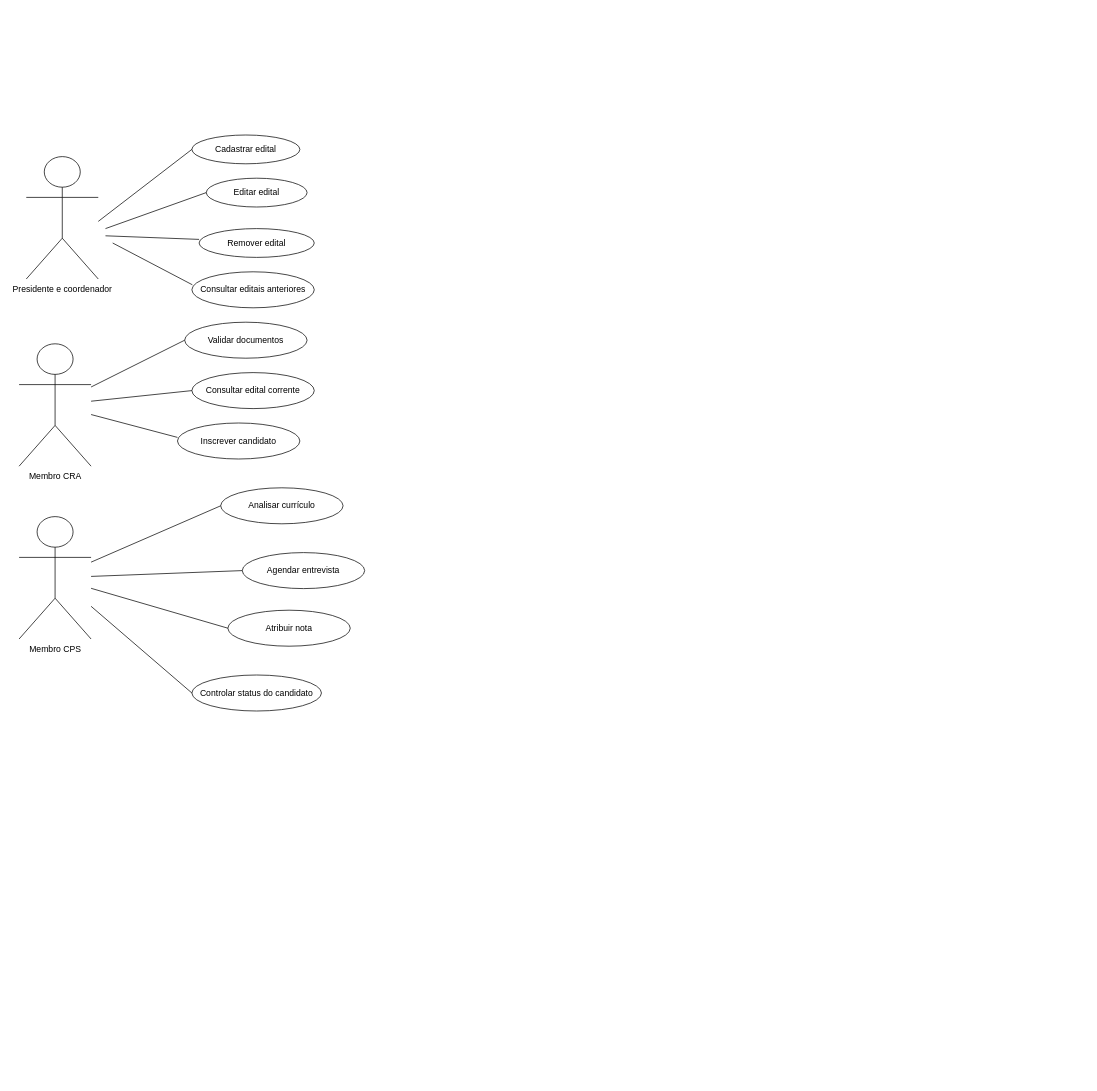
Piton-Fatec/cps-geti keeps this draw.io diagram as diagrams/use-case.drawio. Above is the earlier version. Source tidied: cells renumbered, new cells numbered last; positions are measured from the earlier drawing's top-left corner, leaving out a move shared by most shapes. Both pictures are drawn from the tidied source at 72%, with x=0, y=0 at pixel (19, 135).
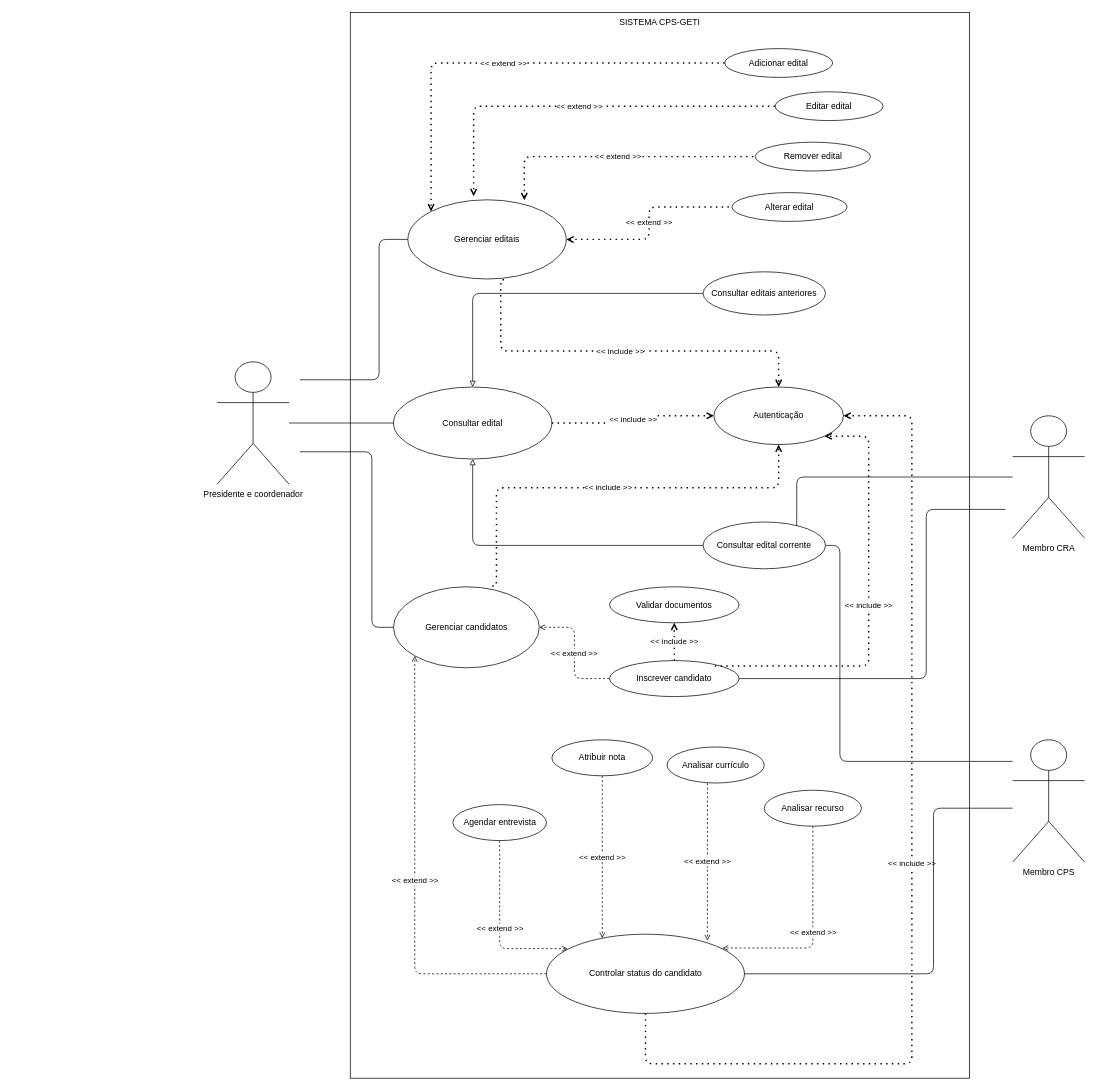
Above is the later version.

Diff of the diagram source:
```diff
@@
+    <mxCell id="27" value="SISTEMA CPS-GETI" style="rounded=0;whiteSpace=wrap;html=1;verticalAlign=top;" parent="1" vertex="1">
+      <mxGeometry x="460" y="-170" width="860" height="1480" as="geometry" />
+    </mxCell>
     <mxCell id="2" value="Presidente e coordenador" style="shape=umlActor;verticalLabelPosition=bottom;verticalAlign=top;html=1;outlineConnect=0;" parent="1" vertex="1">
-      <mxGeometry x="10" y="30" width="100" height="170" as="geometry" />
+      <mxGeometry x="275" y="315" width="100" height="170" as="geometry" />
     </mxCell>
-    <mxCell id="3" value="Membro CRA" style="shape=umlActor;verticalLabelPosition=bottom;verticalAlign=top;html=1;outlineConnect=0;" parent="1" vertex="1">
-      <mxGeometry y="290" width="100" height="170" as="geometry" />
+    <mxCell id="3" value="Membro CPS" style="shape=umlActor;verticalLabelPosition=bottom;verticalAlign=top;html=1;outlineConnect=0;" parent="1" vertex="1">
+      <mxGeometry x="1380" y="840" width="100" height="170" as="geometry" />
     </mxCell>
-    <mxCell id="4" value="Cadastrar edital" style="ellipse;whiteSpace=wrap;html=1;" parent="1" vertex="1">
-      <mxGeometry x="240" width="150" height="40" as="geometry" />
+    <mxCell id="4" value="&lt;div&gt;Gerenciar editais&lt;/div&gt;" style="ellipse;whiteSpace=wrap;html=1;" parent="1" vertex="1">
+      <mxGeometry x="540" y="90" width="220" height="110" as="geometry" />
     </mxCell>
     <mxCell id="5" value="Editar edital" style="ellipse;whiteSpace=wrap;html=1;" parent="1" vertex="1">
-      <mxGeometry x="260" y="60" width="140" height="40" as="geometry" />
+      <mxGeometry x="1050" y="-60" width="150" height="40" as="geometry" />
     </mxCell>
     <mxCell id="6" value="Remover edital" style="ellipse;whiteSpace=wrap;html=1;" parent="1" vertex="1">
-      <mxGeometry x="250" y="130" width="160" height="40" as="geometry" />
+      <mxGeometry x="1022.5" y="10" width="160" height="40" as="geometry" />
     </mxCell>
-    <mxCell id="7" style="endArrow=none;html=1;entryX=0;entryY=0.5;entryDx=0;entryDy=0;" parent="1" edge="1" target="4">
+    <mxCell id="7" style="endArrow=none;html=1;entryX=0;entryY=0.5;entryDx=0;entryDy=0;edgeStyle=orthogonalEdgeStyle;" parent="1" edge="1" target="4">
       <mxGeometry relative="1" as="geometry">
-        <mxPoint x="110" y="120" as="sourcePoint" />
+        <mxPoint x="390" y="340" as="sourcePoint" />
+        <Array as="points">
+          <mxPoint x="500" y="340" />
+          <mxPoint x="500" y="145" />
+        </Array>
       </mxGeometry>
     </mxCell>
-    <mxCell id="8" style="endArrow=none;html=1;entryX=0;entryY=0.5;entryDx=0;entryDy=0;" parent="1" edge="1" target="5">
-      <mxGeometry relative="1" as="geometry">
-        <mxPoint x="120" y="130" as="sourcePoint" />
-      </mxGeometry>
-    </mxCell>
-    <mxCell id="9" style="endArrow=none;html=1;entryX=0;entryY=0.375;entryDx=0;entryDy=0;entryPerimeter=0;" parent="1" edge="1" target="6">
-      <mxGeometry relative="1" as="geometry">
-        <mxPoint x="120" y="140" as="sourcePoint" />
-      </mxGeometry>
-    </mxCell>
-    <mxCell id="10" value="Consultar editais anteriores" style="ellipse;whiteSpace=wrap;html=1;" parent="1" vertex="1">
-      <mxGeometry x="240" y="190" width="170" height="50" as="geometry" />
+    <mxCell id="10" value="&lt;div&gt;Consultar edital&lt;/div&gt;" style="ellipse;whiteSpace=wrap;html=1;" parent="1" vertex="1">
+      <mxGeometry x="520" y="350" width="220" height="100" as="geometry" />
     </mxCell>
-    <mxCell id="11" style="endArrow=none;html=1;entryX=0.004;entryY=0.361;entryDx=0;entryDy=0;entryPerimeter=0;" parent="1" edge="1" target="10">
-      <mxGeometry relative="1" as="geometry">
-        <mxPoint x="130" y="150" as="sourcePoint" />
-      </mxGeometry>
-    </mxCell>
     <mxCell id="12" value="&lt;div&gt;Validar documentos&lt;/div&gt;" style="ellipse;whiteSpace=wrap;html=1;" parent="1" vertex="1">
-      <mxGeometry x="230" y="260" width="170" height="50" as="geometry" />
+      <mxGeometry x="820" y="627.5" width="180" height="50" as="geometry" />
     </mxCell>
+    <mxCell id="14" style="endArrow=none;html=1;entryX=1;entryY=0.5;entryDx=0;entryDy=0;edgeStyle=orthogonalEdgeStyle;" parent="1" edge="1" source="3" target="13">
+      <mxGeometry relative="1" as="geometry">
+        <Array as="points">
+          <mxPoint x="1140" y="870" />
+          <mxPoint x="1140" y="570" />
+        </Array>
+      </mxGeometry>
+    </mxCell>
+    <mxCell id="16" value="&lt;div&gt;Inscrever candidato&lt;/div&gt;" style="ellipse;whiteSpace=wrap;html=1;" parent="1" vertex="1">
+      <mxGeometry x="820" y="730" width="180" height="50" as="geometry" />
+    </mxCell>
+    <mxCell id="18" value="&lt;div&gt;Membro CRA&lt;br&gt;&lt;/div&gt;" style="shape=umlActor;verticalLabelPosition=bottom;verticalAlign=top;html=1;outlineConnect=0;" parent="1" vertex="1">
+      <mxGeometry x="1380" y="390" width="100" height="170" as="geometry" />
+    </mxCell>
+    <mxCell id="28" value="&amp;lt;&amp;lt; extend &amp;gt;&amp;gt;" style="endArrow=open;dashed=1;html=1;dashPattern=1 3;strokeWidth=2;entryX=0.415;entryY=-0.045;entryDx=0;entryDy=0;endFill=0;entryPerimeter=0;exitX=0;exitY=0.5;exitDx=0;exitDy=0;edgeStyle=orthogonalEdgeStyle;" parent="1" edge="1" source="5" target="4">
+      <mxGeometry relative="1" as="geometry" />
+    </mxCell>
+    <mxCell id="29" value="&amp;lt;&amp;lt; extend &amp;gt;&amp;gt;" style="endArrow=none;dashed=1;html=1;dashPattern=1 3;strokeWidth=2;entryX=0;entryY=0.5;entryDx=0;entryDy=0;exitX=0.735;exitY=0.005;exitDx=0;exitDy=0;endFill=0;startArrow=open;startFill=0;edgeStyle=orthogonalEdgeStyle;exitPerimeter=0;" parent="1" edge="1" source="4" target="6">
+      <mxGeometry relative="1" as="geometry" />
+    </mxCell>
+    <mxCell id="30" value="Alterar edital" style="ellipse;whiteSpace=wrap;html=1;" parent="1" vertex="1">
+      <mxGeometry x="990" y="80" width="160" height="40" as="geometry" />
+    </mxCell>
+    <mxCell id="31" value="&amp;lt;&amp;lt; extend &amp;gt;&amp;gt;" style="endArrow=none;dashed=1;html=1;dashPattern=1 3;strokeWidth=2;entryX=0;entryY=0.5;entryDx=0;entryDy=0;exitX=1;exitY=0.5;exitDx=0;exitDy=0;endFill=0;startArrow=open;startFill=0;edgeStyle=orthogonalEdgeStyle;" parent="1" edge="1" source="4" target="30">
+      <mxGeometry relative="1" as="geometry" />
+    </mxCell>
-    <mxCell id="13" value="&lt;div&gt;Consultar edital corrente&lt;/div&gt;" style="ellipse;whiteSpace=wrap;html=1;" parent="1" vertex="1">
-      <mxGeometry x="240" y="330" width="170" height="50" as="geometry" />
+    <mxCell id="13" value="&lt;div&gt;Consultar edital corrente&lt;br&gt;&lt;/div&gt;" style="ellipse;whiteSpace=wrap;html=1;" parent="1" vertex="1">
+      <mxGeometry x="950" y="537.5" width="170" height="65" as="geometry" />
     </mxCell>
-    <mxCell id="14" style="endArrow=none;html=1;entryX=0;entryY=0.5;entryDx=0;entryDy=0;" parent="1" edge="1" source="3" target="12">
-      <mxGeometry relative="1" as="geometry" />
-    </mxCell>
-    <mxCell id="15" style="endArrow=none;html=1;entryX=0;entryY=0.5;entryDx=0;entryDy=0;" parent="1" edge="1" source="3" target="13">
-      <mxGeometry relative="1" as="geometry" />
-    </mxCell>
-    <mxCell id="16" value="&lt;div&gt;Inscrever candidato&lt;/div&gt;" style="ellipse;whiteSpace=wrap;html=1;" parent="1" vertex="1">
-      <mxGeometry x="220" y="400" width="170" height="50" as="geometry" />
-    </mxCell>
-    <mxCell id="17" style="endArrow=none;html=1;entryX=0;entryY=0.4;entryDx=0;entryDy=0;entryPerimeter=0;" parent="1" edge="1" source="3" target="16">
-      <mxGeometry relative="1" as="geometry" />
-    </mxCell>
-    <mxCell id="18" value="&lt;div&gt;Membro CPS&lt;/div&gt;" style="shape=umlActor;verticalLabelPosition=bottom;verticalAlign=top;html=1;outlineConnect=0;" parent="1" vertex="1">
-      <mxGeometry y="530" width="100" height="170" as="geometry" />
-    </mxCell>
+    <mxCell id="32" value="&lt;div&gt;Consultar editais anteriores&lt;br&gt;&lt;/div&gt;" style="ellipse;whiteSpace=wrap;html=1;" parent="1" vertex="1">
+      <mxGeometry x="950" y="190" width="170" height="60" as="geometry" />
+    </mxCell>
+    <mxCell id="33" style="endArrow=none;html=1;entryX=0;entryY=0.5;entryDx=0;entryDy=0;edgeStyle=orthogonalEdgeStyle;" parent="1" edge="1" source="2" target="10">
+      <mxGeometry relative="1" as="geometry" />
+    </mxCell>
+    <mxCell id="34" style="endArrow=block;html=1;exitX=0;exitY=0.5;exitDx=0;exitDy=0;entryX=0.5;entryY=1;entryDx=0;entryDy=0;endFill=0;edgeStyle=orthogonalEdgeStyle;" parent="1" edge="1" source="13" target="10">
+      <mxGeometry relative="1" as="geometry" />
+    </mxCell>
+    <mxCell id="35" style="endArrow=block;html=1;exitX=0;exitY=0.5;exitDx=0;exitDy=0;entryX=0.5;entryY=0;entryDx=0;entryDy=0;endFill=0;edgeStyle=orthogonalEdgeStyle;" parent="1" edge="1" source="32" target="10">
+      <mxGeometry relative="1" as="geometry">
+        <Array as="points">
+          <mxPoint x="630" y="220" />
+        </Array>
+      </mxGeometry>
+    </mxCell>
+    <mxCell id="36" value="Gerenciar candidatos" style="ellipse;whiteSpace=wrap;html=1;" parent="1" vertex="1">
+      <mxGeometry x="520" y="627.5" width="202.5" height="112.5" as="geometry" />
+    </mxCell>
+    <mxCell id="37" style="endArrow=none;html=1;edgeStyle=orthogonalEdgeStyle;entryX=0.765;entryY=0.084;entryDx=0;entryDy=0;entryPerimeter=0;" parent="1" edge="1" source="18" target="13">
+      <mxGeometry relative="1" as="geometry">
+        <Array as="points">
+          <mxPoint x="1080" y="475" />
+        </Array>
+      </mxGeometry>
+    </mxCell>
     <mxCell id="19" value="Analisar currículo" style="ellipse;whiteSpace=wrap;html=1;" parent="1" vertex="1">
-      <mxGeometry x="280" y="490" width="170" height="50" as="geometry" />
+      <mxGeometry x="900" y="850" width="135" height="50" as="geometry" />
     </mxCell>
-    <mxCell id="20" style="endArrow=none;html=1;entryX=0;entryY=0.5;entryDx=0;entryDy=0;" parent="1" edge="1" source="18" target="19">
-      <mxGeometry relative="1" as="geometry" />
-    </mxCell>
+    <mxCell id="25" value="Controlar status do candidato" style="ellipse;whiteSpace=wrap;html=1;" parent="1" vertex="1">
+      <mxGeometry x="732.5" y="1110" width="275" height="110" as="geometry" />
+    </mxCell>
     <mxCell id="21" value="Agendar entrevista" style="ellipse;whiteSpace=wrap;html=1;" parent="1" vertex="1">
-      <mxGeometry x="310" y="580" width="170" height="50" as="geometry" />
+      <mxGeometry x="602.5" y="930" width="130" height="50" as="geometry" />
     </mxCell>
-    <mxCell id="22" style="endArrow=none;html=1;entryX=0;entryY=0.5;entryDx=0;entryDy=0;" parent="1" edge="1" source="18" target="21">
-      <mxGeometry relative="1" as="geometry" />
-    </mxCell>
     <mxCell id="23" value="Atribuir nota" style="ellipse;whiteSpace=wrap;html=1;" parent="1" vertex="1">
-      <mxGeometry x="290" y="660" width="170" height="50" as="geometry" />
+      <mxGeometry x="740" y="840" width="140" height="50" as="geometry" />
     </mxCell>
-    <mxCell id="24" style="endArrow=none;html=1;entryX=0;entryY=0.5;entryDx=0;entryDy=0;" parent="1" edge="1" source="18" target="23">
-      <mxGeometry relative="1" as="geometry" />
-    </mxCell>
-    <mxCell id="25" value="Controlar status do candidato" style="ellipse;whiteSpace=wrap;html=1;" parent="1" vertex="1">
-      <mxGeometry x="240" y="750" width="180" height="50" as="geometry" />
-    </mxCell>
-    <mxCell id="26" style="endArrow=none;html=1;entryX=0;entryY=0.5;entryDx=0;entryDy=0;" parent="1" edge="1" target="25">
-      <mxGeometry relative="1" as="geometry">
-        <mxPoint x="100" y="654.6" as="sourcePoint" />
-      </mxGeometry>
-    </mxCell>
+    <mxCell id="38" style="endArrow=none;html=1;entryX=0;entryY=0.5;entryDx=0;entryDy=0;edgeStyle=orthogonalEdgeStyle;" parent="1" edge="1" target="36">
+      <mxGeometry relative="1" as="geometry">
+        <mxPoint x="390" y="440" as="sourcePoint" />
+        <Array as="points">
+          <mxPoint x="490" y="440" />
+          <mxPoint x="490" y="684" />
+        </Array>
+      </mxGeometry>
+    </mxCell>
+    <mxCell id="39" value="&amp;lt;&amp;lt; extend &amp;gt;&amp;gt;" style="endArrow=open;html=1;exitX=0;exitY=0.5;exitDx=0;exitDy=0;endFill=0;edgeStyle=orthogonalEdgeStyle;entryX=1;entryY=0.5;entryDx=0;entryDy=0;dashed=1;" parent="1" edge="1" source="16" target="36">
+      <mxGeometry relative="1" as="geometry" />
+    </mxCell>
+    <mxCell id="40" value="Adicionar edital" style="ellipse;whiteSpace=wrap;html=1;" parent="1" vertex="1">
+      <mxGeometry x="980" y="-120" width="150" height="40" as="geometry" />
+    </mxCell>
+    <mxCell id="41" value="&amp;lt;&amp;lt; extend &amp;gt;&amp;gt;" style="endArrow=open;dashed=1;html=1;dashPattern=1 3;strokeWidth=2;entryX=0;entryY=0;entryDx=0;entryDy=0;endFill=0;exitX=0;exitY=0.5;exitDx=0;exitDy=0;edgeStyle=orthogonalEdgeStyle;" parent="1" edge="1" source="40" target="4">
+      <mxGeometry relative="1" as="geometry" />
+    </mxCell>
+    <mxCell id="42" value="Autenticação" style="ellipse;whiteSpace=wrap;html=1;" parent="1" vertex="1">
+      <mxGeometry x="965" y="350" width="180" height="80" as="geometry" />
+    </mxCell>
+    <mxCell id="43" value="&amp;lt;&amp;lt; include &amp;gt;&amp;gt;" style="endArrow=open;dashed=1;html=1;dashPattern=1 3;strokeWidth=2;entryX=0.5;entryY=1;entryDx=0;entryDy=0;endFill=0;startArrow=none;startFill=0;edgeStyle=orthogonalEdgeStyle;exitX=0.678;exitY=-0.009;exitDx=0;exitDy=0;exitPerimeter=0;" parent="1" edge="1" source="36" target="42">
+      <mxGeometry relative="1" as="geometry">
+        <Array as="points">
+          <mxPoint x="663" y="490" />
+          <mxPoint x="1055" y="490" />
+        </Array>
+      </mxGeometry>
+    </mxCell>
+    <mxCell id="44" value="&amp;lt;&amp;lt; include &amp;gt;&amp;gt;" style="endArrow=open;dashed=1;html=1;dashPattern=1 3;strokeWidth=2;entryX=0.5;entryY=0;entryDx=0;entryDy=0;endFill=0;startArrow=none;startFill=0;exitX=0.607;exitY=1.009;exitDx=0;exitDy=0;exitPerimeter=0;edgeStyle=orthogonalEdgeStyle;" parent="1" edge="1" source="4" target="42">
+      <mxGeometry relative="1" as="geometry">
+        <Array as="points">
+          <mxPoint x="669" y="300" />
+          <mxPoint x="1055" y="300" />
+        </Array>
+      </mxGeometry>
+    </mxCell>
+    <mxCell id="45" value="&amp;lt;&amp;lt; include &amp;gt;&amp;gt;" style="endArrow=open;dashed=1;html=1;dashPattern=1 3;strokeWidth=2;entryX=0;entryY=0.5;entryDx=0;entryDy=0;endFill=0;startArrow=none;startFill=0;exitX=1;exitY=0.5;exitDx=0;exitDy=0;edgeStyle=orthogonalEdgeStyle;" parent="1" edge="1" source="10" target="42">
+      <mxGeometry relative="1" as="geometry" />
+    </mxCell>
+    <mxCell id="46" value="&lt;div&gt;&amp;lt;&amp;lt; include &amp;gt;&amp;gt;&lt;/div&gt;" style="endArrow=open;dashed=1;html=1;dashPattern=1 3;strokeWidth=2;entryX=0.5;entryY=1;entryDx=0;entryDy=0;endFill=0;startArrow=none;startFill=0;exitX=0.5;exitY=0;exitDx=0;exitDy=0;" parent="1" edge="1" source="16" target="12">
+      <mxGeometry relative="1" as="geometry" />
+    </mxCell>
+    <mxCell id="47" style="endArrow=none;html=1;entryX=1;entryY=0.5;entryDx=0;entryDy=0;edgeStyle=orthogonalEdgeStyle;" parent="1" edge="1" target="16">
+      <mxGeometry relative="1" as="geometry">
+        <mxPoint x="1370" y="520" as="sourcePoint" />
+        <Array as="points">
+          <mxPoint x="1260" y="520" />
+          <mxPoint x="1260" y="755" />
+        </Array>
+      </mxGeometry>
+    </mxCell>
+    <mxCell id="48" value="&amp;lt;&amp;lt; extend &amp;gt;&amp;gt;" style="endArrow=open;html=1;exitX=0.415;exitY=1.007;exitDx=0;exitDy=0;endFill=0;edgeStyle=orthogonalEdgeStyle;dashed=1;exitPerimeter=0;" parent="1" edge="1" source="19">
+      <mxGeometry relative="1" as="geometry">
+        <mxPoint x="956" y="1119" as="targetPoint" />
+        <Array as="points">
+          <mxPoint x="956" y="1119" />
+        </Array>
+      </mxGeometry>
+    </mxCell>
+    <mxCell id="49" value="&amp;lt;&amp;lt; extend &amp;gt;&amp;gt;" style="endArrow=open;html=1;exitX=0.5;exitY=1;exitDx=0;exitDy=0;endFill=0;edgeStyle=orthogonalEdgeStyle;dashed=1;" parent="1" edge="1" source="23" target="25">
+      <mxGeometry relative="1" as="geometry">
+        <Array as="points">
+          <mxPoint x="810" y="1050" />
+          <mxPoint x="810" y="1050" />
+        </Array>
+      </mxGeometry>
+    </mxCell>
+    <mxCell id="50" value="&amp;lt;&amp;lt; extend &amp;gt;&amp;gt;" style="endArrow=open;html=1;exitX=0.5;exitY=1;exitDx=0;exitDy=0;endFill=0;edgeStyle=orthogonalEdgeStyle;dashed=1;entryX=0.107;entryY=0.182;entryDx=0;entryDy=0;entryPerimeter=0;" parent="1" edge="1" source="21" target="25">
+      <mxGeometry relative="1" as="geometry">
+        <Array as="points">
+          <mxPoint x="667" y="1130" />
+        </Array>
+      </mxGeometry>
+    </mxCell>
+    <mxCell id="51" value="&amp;lt;&amp;lt; extend &amp;gt;&amp;gt;" style="endArrow=open;html=1;exitX=0;exitY=0.5;exitDx=0;exitDy=0;endFill=0;edgeStyle=orthogonalEdgeStyle;dashed=1;entryX=0;entryY=1;entryDx=0;entryDy=0;" parent="1" edge="1" source="25" target="36">
+      <mxGeometry relative="1" as="geometry" />
+    </mxCell>
+    <mxCell id="52" value="&lt;div&gt;&amp;lt;&amp;lt; include &amp;gt;&amp;gt;&lt;/div&gt;" style="endArrow=open;dashed=1;html=1;dashPattern=1 3;strokeWidth=2;entryX=1;entryY=0.5;entryDx=0;entryDy=0;endFill=0;startArrow=none;startFill=0;exitX=0.5;exitY=1;exitDx=0;exitDy=0;edgeStyle=orthogonalEdgeStyle;" parent="1" edge="1" source="25" target="42">
+      <mxGeometry relative="1" as="geometry">
+        <Array as="points">
+          <mxPoint x="870" y="1290" />
+          <mxPoint x="1240" y="1290" />
+          <mxPoint x="1240" y="390" />
+        </Array>
+      </mxGeometry>
+    </mxCell>
+    <mxCell id="53" style="endArrow=none;html=1;entryX=1;entryY=0.5;entryDx=0;entryDy=0;edgeStyle=orthogonalEdgeStyle;" parent="1" edge="1" target="25">
+      <mxGeometry relative="1" as="geometry">
+        <mxPoint x="1380" y="935" as="sourcePoint" />
+        <Array as="points">
+          <mxPoint x="1270" y="935" />
+          <mxPoint x="1270" y="1165" />
+        </Array>
+      </mxGeometry>
+    </mxCell>
+    <mxCell id="54" value="Analisar recurso" style="ellipse;whiteSpace=wrap;html=1;" parent="1" vertex="1">
+      <mxGeometry x="1035" y="910" width="135" height="50" as="geometry" />
+    </mxCell>
+    <mxCell id="55" value="&amp;lt;&amp;lt; extend &amp;gt;&amp;gt;" style="endArrow=open;html=1;exitX=0.5;exitY=1;exitDx=0;exitDy=0;endFill=0;edgeStyle=orthogonalEdgeStyle;entryX=0.889;entryY=0.174;entryDx=0;entryDy=0;dashed=1;entryPerimeter=0;" parent="1" edge="1" source="54" target="25">
+      <mxGeometry relative="1" as="geometry">
+        <Array as="points">
+          <mxPoint x="1103" y="1129" />
+        </Array>
+      </mxGeometry>
+    </mxCell>
+    <mxCell id="56" value="&lt;div&gt;&amp;lt;&amp;lt; include &amp;gt;&amp;gt;&lt;/div&gt;" style="endArrow=open;dashed=1;html=1;dashPattern=1 3;strokeWidth=2;entryX=1;entryY=1;entryDx=0;entryDy=0;endFill=0;startArrow=none;startFill=0;exitX=0.813;exitY=0.148;exitDx=0;exitDy=0;edgeStyle=orthogonalEdgeStyle;exitPerimeter=0;" parent="1" edge="1" source="16" target="42">
+      <mxGeometry relative="1" as="geometry">
+        <Array as="points">
+          <mxPoint x="1180" y="737" />
+          <mxPoint x="1180" y="418" />
+        </Array>
+      </mxGeometry>
+    </mxCell>
```
